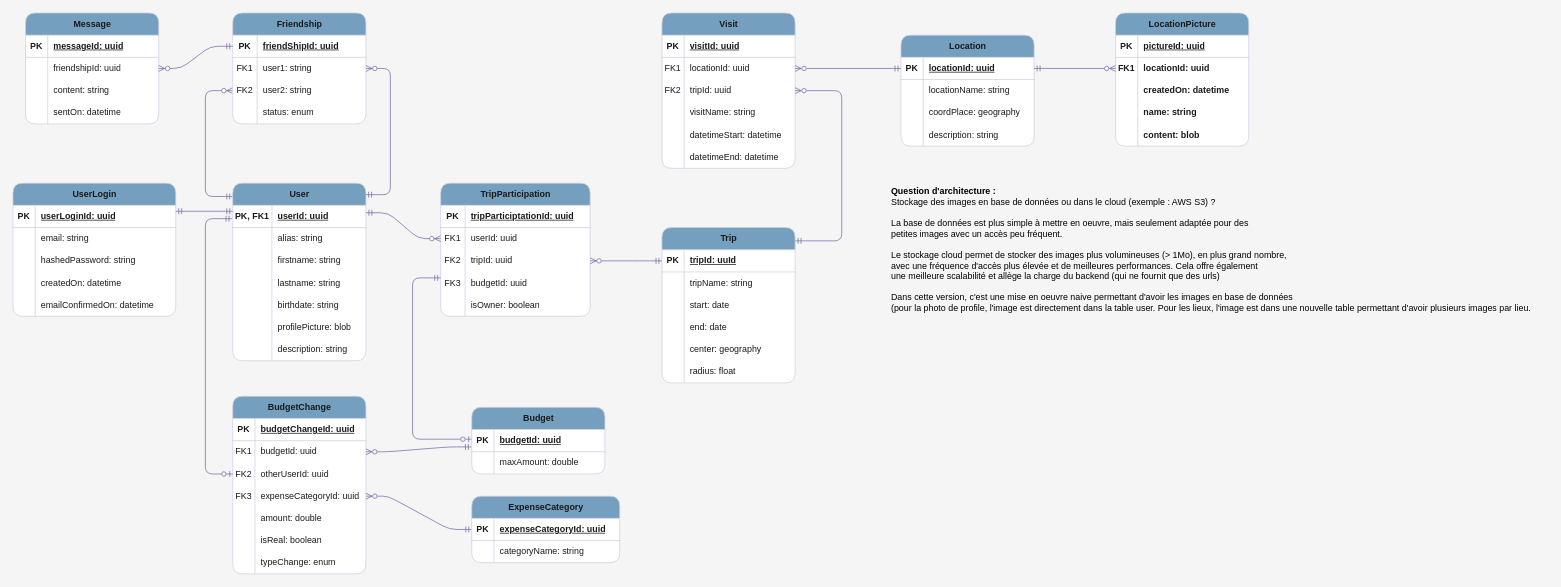
This is page "V3A" (3 of 5) of db/data_model.drawio.xml from Yasmine2201/Trip-Planner, a draw.io file, before an edit. Source tidied: cells renumbered, new cells numbered last; positions are measured from the earlier drawing's top-left corner, leaving out a move shared by most shapes. Both pictures are drawn from the tidied source at 74%, with x=0, y=0 at pixel (13, 13).
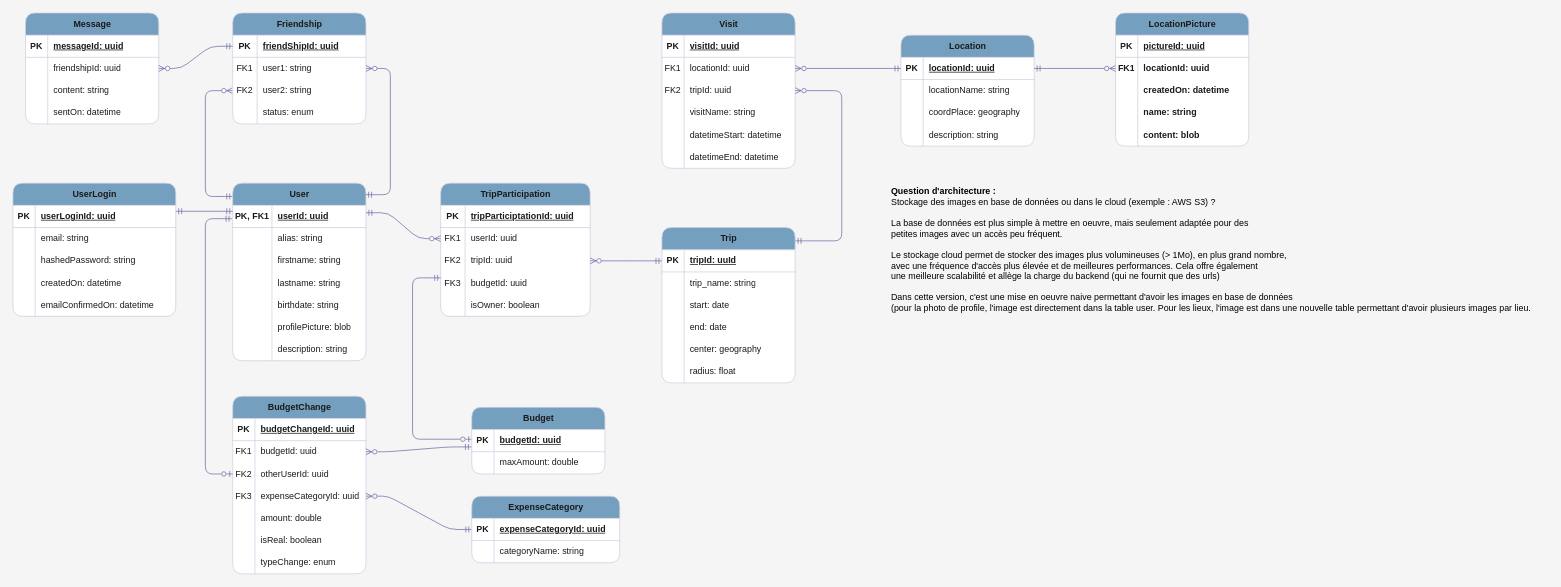
The same diagram, later.

Unchanged cells that the change refers to:
```xml
<mxCell id="26" style="shape=tableRow;horizontal=0;startSize=0;swimlaneHead=0;swimlaneBody=0;fillColor=none;top=0;left=0;right=0;bottom=0;labelBackgroundColor=none;strokeColor=#D0CEE2;fontColor=#1A1A1A;rounded=1;" parent="22" vertex="1">
  <mxGeometry y="60" width="180" height="30" as="geometry" />
</mxCell>
```

Diff of the diagram source:
```diff
@@
-    <mxCell id="28" value="tripName: string" style="shape=partialRectangle;fillColor=none;top=0;left=0;bottom=0;right=0;align=left;spacingLeft=6;overflow=hidden;whiteSpace=wrap;html=1;labelBackgroundColor=none;strokeColor=#D0CEE2;fontColor=#1A1A1A;rounded=1;" parent="26" vertex="1">
+    <mxCell id="28" value="trip_name: string" style="shape=partialRectangle;fillColor=none;top=0;left=0;bottom=0;right=0;align=left;spacingLeft=6;overflow=hidden;whiteSpace=wrap;html=1;labelBackgroundColor=none;strokeColor=#D0CEE2;fontColor=#1A1A1A;rounded=1;" parent="26" vertex="1">
       <mxGeometry x="30" width="150" height="30" as="geometry" />
     </mxCell>
```
